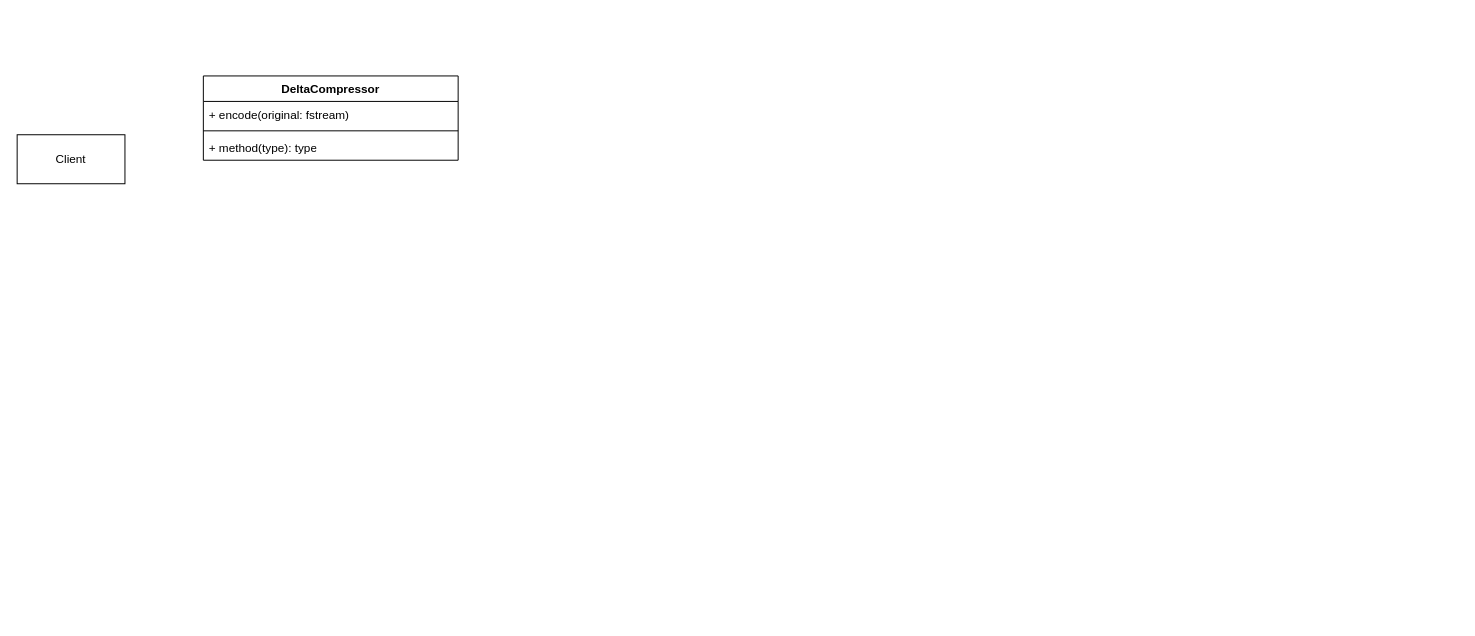
Star-Plus/SplitVCS keeps this draw.io diagram as lib/split-diff/design.drawio. Above is the earlier version. Source tidied: cells renumbered, new cells numbered last; positions are measured from the earlier drawing's top-left corner, leaving out a move shared by most shapes. Both pictures are drawn from the tidied source at 98%, with x=0, y=0 at pixel (17, 75).
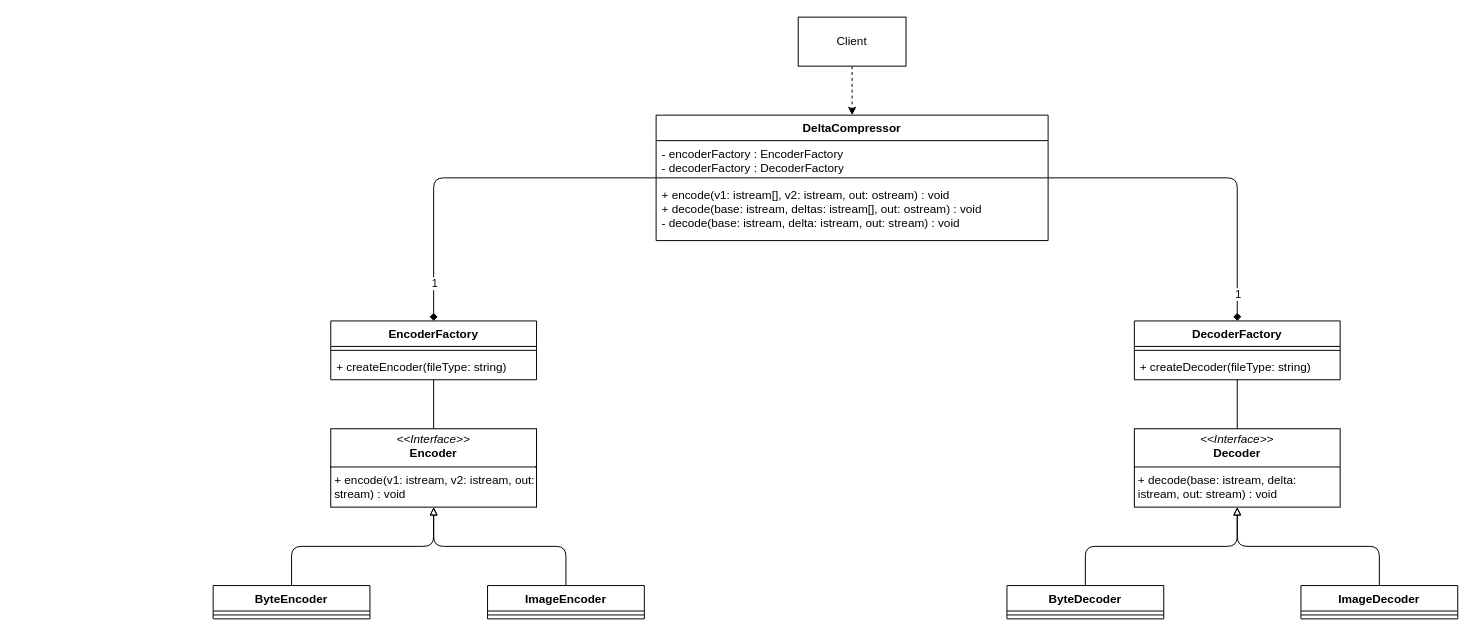
The same page after the edit.

Commit message (it also covers changes not shown here):
Diff lib Design

Change to the diagram source:
```diff
@@
+    <mxCell id="7" style="edgeStyle=orthogonalEdgeStyle;html=1;dashed=1;rounded=0;" parent="1" edge="1" source="2" target="3">
+      <mxGeometry relative="1" as="geometry" />
+    </mxCell>
-    <mxCell id="2" value="Client" style="html=1;whiteSpace=wrap;" parent="1" vertex="1">
-      <mxGeometry y="60" width="110" height="50" as="geometry" />
+    <mxCell id="2" value="Client" style="html=1;whiteSpace=wrap;gradientColor=none;fillColor=default;rounded=0;" parent="1" vertex="1">
+      <mxGeometry x="797" y="-60" width="110" height="50" as="geometry" />
     </mxCell>
+    <mxCell id="8" value="&lt;p style=&quot;margin:0px;margin-top:4px;text-align:center;&quot;&gt;&lt;i&gt;&amp;lt;&amp;lt;Interface&amp;gt;&amp;gt;&lt;/i&gt;&lt;br&gt;&lt;b&gt;Encoder&lt;/b&gt;&lt;/p&gt;&lt;hr size=&quot;1&quot; style=&quot;border-style:solid;&quot;&gt;&lt;p style=&quot;margin:0px;margin-left:4px;&quot;&gt;+ encode(v1: istream, v2: istream, out: stream) : void&lt;/p&gt;" style="verticalAlign=top;align=left;overflow=fill;html=1;whiteSpace=wrap;rounded=0;" parent="1" vertex="1">
+      <mxGeometry x="320" y="360" width="210" height="80" as="geometry" />
+    </mxCell>
+    <mxCell id="9" value="&lt;p style=&quot;margin:0px;margin-top:4px;text-align:center;&quot;&gt;&lt;i&gt;&amp;lt;&amp;lt;Interface&amp;gt;&amp;gt;&lt;/i&gt;&lt;br&gt;&lt;b&gt;Decoder&lt;/b&gt;&lt;/p&gt;&lt;hr size=&quot;1&quot; style=&quot;border-style:solid;&quot;&gt;&lt;p style=&quot;margin:0px;margin-left:4px;&quot;&gt;+ decode(base: istream, delta: istream, out: stream) : void&lt;/p&gt;" style="verticalAlign=top;align=left;overflow=fill;html=1;whiteSpace=wrap;rounded=0;" parent="1" vertex="1">
+      <mxGeometry x="1140" y="360" width="210" height="80" as="geometry" />
+    </mxCell>
+    <mxCell id="10" style="edgeStyle=orthogonalEdgeStyle;html=1;strokeColor=default;endArrow=none;endFill=0;" parent="1" edge="1" source="11" target="8">
+      <mxGeometry relative="1" as="geometry" />
+    </mxCell>
+    <mxCell id="11" value="EncoderFactory" style="swimlane;fontStyle=1;align=center;verticalAlign=top;horizontal=1;startSize=26;whiteSpace=wrap;html=1;rounded=0;" parent="1" vertex="1">
+      <mxGeometry x="320" y="250" width="210" height="60" as="geometry" />
+    </mxCell>
+    <mxCell id="12" style="line;strokeWidth=1;fillColor=none;align=left;verticalAlign=middle;spacingTop=-1;spacingLeft=3;spacingRight=3;labelPosition=right;strokeColor=inherit;rounded=0;" parent="11" vertex="1">
+      <mxGeometry y="26" width="210" height="8" as="geometry" />
+    </mxCell>
+    <mxCell id="13" value="+ createEncoder(fileType: string)" style="text;strokeColor=none;fillColor=none;align=left;verticalAlign=top;spacingLeft=4;spacingRight=4;overflow=hidden;whiteSpace=wrap;html=1;rounded=0;" parent="11" vertex="1">
+      <mxGeometry y="34" width="210" height="26" as="geometry" />
+    </mxCell>
+    <mxCell id="14" style="edgeStyle=orthogonalEdgeStyle;html=1;endArrow=diamond;endFill=1;rounded=1;curved=0;" parent="1" edge="1" source="3" target="11">
+      <mxGeometry relative="1" as="geometry" />
+    </mxCell>
+    <mxCell id="15" value="1" style="edgeLabel;html=1;align=center;verticalAlign=middle;rounded=0;" parent="14" vertex="1">
+      <mxGeometry x="0.79" relative="1" as="geometry" />
+    </mxCell>
+    <mxCell id="16" style="edgeStyle=orthogonalEdgeStyle;html=1;endArrow=diamond;endFill=1;rounded=1;curved=0;" parent="1" edge="1" source="3" target="22">
+      <mxGeometry relative="1" as="geometry" />
+    </mxCell>
+    <mxCell id="17" value="1" style="edgeLabel;html=1;align=center;verticalAlign=middle;rounded=0;" parent="16" vertex="1">
+      <mxGeometry x="0.86" relative="1" as="geometry">
+        <mxPoint y="-4" as="offset" />
+      </mxGeometry>
+    </mxCell>
-    <mxCell id="3" value="DeltaCompressor" style="swimlane;fontStyle=1;align=center;verticalAlign=top;horizontal=1;startSize=26;whiteSpace=wrap;html=1;" parent="1" vertex="1">
-      <mxGeometry x="190" width="260" height="86" as="geometry" />
+    <mxCell id="3" value="&lt;span style=&quot;color: rgb(0, 0, 0);&quot;&gt;DeltaCompressor&lt;/span&gt;" style="swimlane;fontStyle=1;align=center;verticalAlign=top;horizontal=1;startSize=26;whiteSpace=wrap;html=1;rounded=0;glass=0;shadow=0;" parent="1" vertex="1">
+      <mxGeometry x="652" y="40" width="400" height="128" as="geometry" />
     </mxCell>
-    <mxCell id="4" value="+ encode(original: fstream)" style="text;strokeColor=none;fillColor=none;align=left;verticalAlign=top;spacingLeft=4;spacingRight=4;overflow=hidden;whiteSpace=wrap;html=1;" parent="3" vertex="1">
-      <mxGeometry y="26" width="260" height="26" as="geometry" />
-    </mxCell>
-    <mxCell id="5" style="line;strokeWidth=1;fillColor=none;align=left;verticalAlign=middle;spacingTop=-1;spacingLeft=3;spacingRight=3;labelPosition=right;strokeColor=inherit;" parent="3" vertex="1">
-      <mxGeometry y="52" width="260" height="8" as="geometry" />
-    </mxCell>
-    <mxCell id="6" value="+ method(type): type" style="text;strokeColor=none;fillColor=none;align=left;verticalAlign=top;spacingLeft=4;spacingRight=4;overflow=hidden;whiteSpace=wrap;html=1;" parent="3" vertex="1">
-      <mxGeometry y="60" width="260" height="26" as="geometry" />
-    </mxCell>
+    <mxCell id="18" value="&lt;font style=&quot;color: rgb(0, 0, 0);&quot;&gt;- encoderFactory : EncoderFactory&lt;/font&gt;&lt;div&gt;&lt;font style=&quot;color: rgb(0, 0, 0);&quot;&gt;- decoderFactory : DecoderFactory&lt;/font&gt;&lt;/div&gt;" style="text;strokeColor=none;fillColor=none;align=left;verticalAlign=top;spacingLeft=4;spacingRight=4;overflow=hidden;whiteSpace=wrap;html=1;rounded=0;" parent="3" vertex="1">
+      <mxGeometry y="26" width="400" height="34" as="geometry" />
+    </mxCell>
+    <mxCell id="19" style="line;strokeWidth=1;fillColor=none;align=left;verticalAlign=middle;spacingTop=-1;spacingLeft=3;spacingRight=3;labelPosition=right;strokeColor=inherit;rounded=0;" parent="3" vertex="1">
+      <mxGeometry y="60" width="400" height="8" as="geometry" />
+    </mxCell>
+    <mxCell id="20" value="&lt;font style=&quot;scrollbar-color: rgb(226, 226, 226) rgb(251, 251, 251); color: rgb(0, 0, 0);&quot;&gt;+ encode(v1: istream[], v2: istream, out: ostream) : void&lt;/font&gt;&lt;div style=&quot;color: rgb(63, 63, 63); scrollbar-color: rgb(226, 226, 226) rgb(251, 251, 251);&quot;&gt;&lt;font style=&quot;scrollbar-color: rgb(226, 226, 226) rgb(251, 251, 251); color: rgb(0, 0, 0);&quot;&gt;+ decode(base: istream, deltas: istream[], out: ostream) : void&lt;/font&gt;&lt;/div&gt;&lt;div style=&quot;color: rgb(63, 63, 63); scrollbar-color: rgb(226, 226, 226) rgb(251, 251, 251);&quot;&gt;&lt;font style=&quot;scrollbar-color: rgb(226, 226, 226) rgb(251, 251, 251); color: rgb(0, 0, 0);&quot;&gt;- decode(base: istream, delta: istream, out: stream) : void&lt;/font&gt;&lt;/div&gt;" style="text;strokeColor=none;fillColor=none;align=left;verticalAlign=top;spacingLeft=4;spacingRight=4;overflow=hidden;whiteSpace=wrap;html=1;rounded=0;" parent="3" vertex="1">
+      <mxGeometry y="68" width="400" height="60" as="geometry" />
+    </mxCell>
+    <mxCell id="21" style="edgeStyle=orthogonalEdgeStyle;html=1;strokeColor=default;rounded=0;curved=0;endArrow=none;endFill=0;" parent="1" edge="1" source="22" target="9">
+      <mxGeometry relative="1" as="geometry" />
+    </mxCell>
+    <mxCell id="22" value="DecoderFactory" style="swimlane;fontStyle=1;align=center;verticalAlign=top;horizontal=1;startSize=26;whiteSpace=wrap;html=1;rounded=0;" parent="1" vertex="1">
+      <mxGeometry x="1140" y="250" width="210" height="60" as="geometry" />
+    </mxCell>
+    <mxCell id="23" style="line;strokeWidth=1;fillColor=none;align=left;verticalAlign=middle;spacingTop=-1;spacingLeft=3;spacingRight=3;labelPosition=right;strokeColor=inherit;rounded=0;" parent="22" vertex="1">
+      <mxGeometry y="26" width="210" height="8" as="geometry" />
+    </mxCell>
+    <mxCell id="24" value="+ createDecoder(fileType: string)" style="text;strokeColor=none;fillColor=none;align=left;verticalAlign=top;spacingLeft=4;spacingRight=4;overflow=hidden;whiteSpace=wrap;html=1;rounded=0;" parent="22" vertex="1">
+      <mxGeometry y="34" width="210" height="26" as="geometry" />
+    </mxCell>
+    <mxCell id="25" style="edgeStyle=orthogonalEdgeStyle;html=1;endArrow=block;endFill=0;" parent="1" edge="1" source="26" target="8">
+      <mxGeometry relative="1" as="geometry" />
+    </mxCell>
+    <mxCell id="26" value="ByteEncoder" style="swimlane;fontStyle=1;align=center;verticalAlign=top;horizontal=1;startSize=26;whiteSpace=wrap;html=1;" parent="1" vertex="1">
+      <mxGeometry x="200" y="520" width="160" height="34" as="geometry" />
+    </mxCell>
+    <mxCell id="27" style="line;strokeWidth=1;fillColor=none;align=left;verticalAlign=middle;spacingTop=-1;spacingLeft=3;spacingRight=3;labelPosition=right;strokeColor=inherit;" parent="26" vertex="1">
+      <mxGeometry y="26" width="160" height="8" as="geometry" />
+    </mxCell>
+    <mxCell id="28" value="ByteDecoder" style="swimlane;fontStyle=1;align=center;verticalAlign=top;horizontal=1;startSize=26;whiteSpace=wrap;html=1;" parent="1" vertex="1">
+      <mxGeometry x="1010" y="520" width="160" height="34" as="geometry" />
+    </mxCell>
+    <mxCell id="29" style="line;strokeWidth=1;fillColor=none;align=left;verticalAlign=middle;spacingTop=-1;spacingLeft=3;spacingRight=3;labelPosition=right;strokeColor=inherit;" parent="28" vertex="1">
+      <mxGeometry y="26" width="160" height="8" as="geometry" />
+    </mxCell>
+    <mxCell id="30" style="edgeStyle=orthogonalEdgeStyle;html=1;endArrow=block;endFill=0;" parent="1" edge="1" source="28" target="9">
+      <mxGeometry relative="1" as="geometry" />
+    </mxCell>
+    <mxCell id="31" style="edgeStyle=orthogonalEdgeStyle;html=1;endArrow=block;endFill=0;" parent="1" edge="1" source="32" target="8">
+      <mxGeometry relative="1" as="geometry" />
+    </mxCell>
+    <mxCell id="32" value="ImageEncoder" style="swimlane;fontStyle=1;align=center;verticalAlign=top;horizontal=1;startSize=26;whiteSpace=wrap;html=1;" parent="1" vertex="1">
+      <mxGeometry x="480" y="520" width="160" height="34" as="geometry" />
+    </mxCell>
+    <mxCell id="33" style="line;strokeWidth=1;fillColor=none;align=left;verticalAlign=middle;spacingTop=-1;spacingLeft=3;spacingRight=3;labelPosition=right;strokeColor=inherit;" parent="32" vertex="1">
+      <mxGeometry y="26" width="160" height="8" as="geometry" />
+    </mxCell>
+    <mxCell id="34" style="edgeStyle=orthogonalEdgeStyle;html=1;endArrow=block;endFill=0;" parent="1" edge="1" source="35" target="9">
+      <mxGeometry relative="1" as="geometry" />
+    </mxCell>
+    <mxCell id="35" value="ImageDecoder" style="swimlane;fontStyle=1;align=center;verticalAlign=top;horizontal=1;startSize=26;whiteSpace=wrap;html=1;" parent="1" vertex="1">
+      <mxGeometry x="1310" y="520" width="160" height="34" as="geometry" />
+    </mxCell>
+    <mxCell id="36" style="line;strokeWidth=1;fillColor=none;align=left;verticalAlign=middle;spacingTop=-1;spacingLeft=3;spacingRight=3;labelPosition=right;strokeColor=inherit;" parent="35" vertex="1">
+      <mxGeometry y="26" width="160" height="8" as="geometry" />
+    </mxCell>
```
